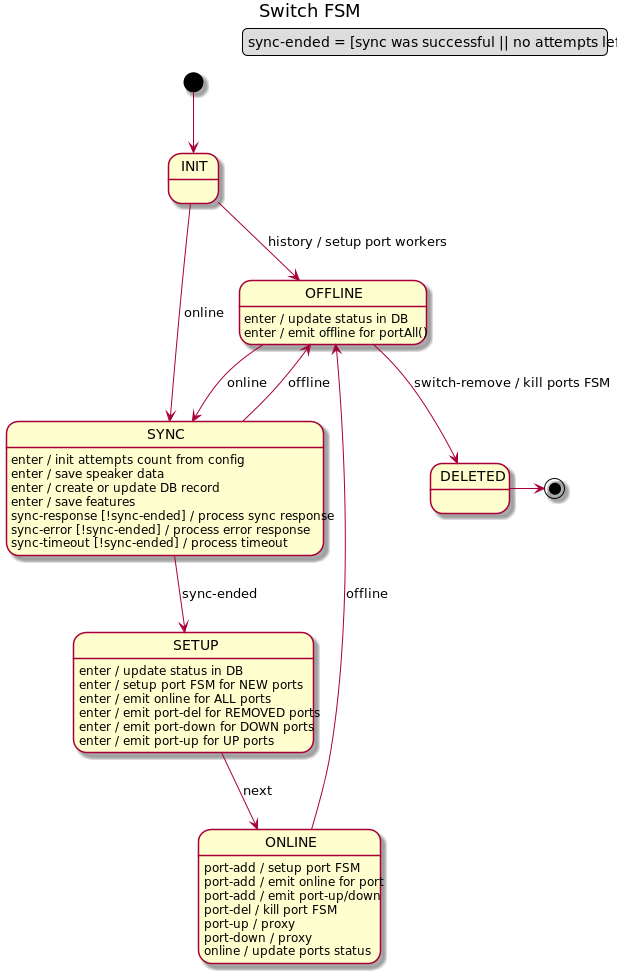
Earlier version of the PlantUML export docs/design/network-discovery/switch-FSM.png (telstra/open-kilda).
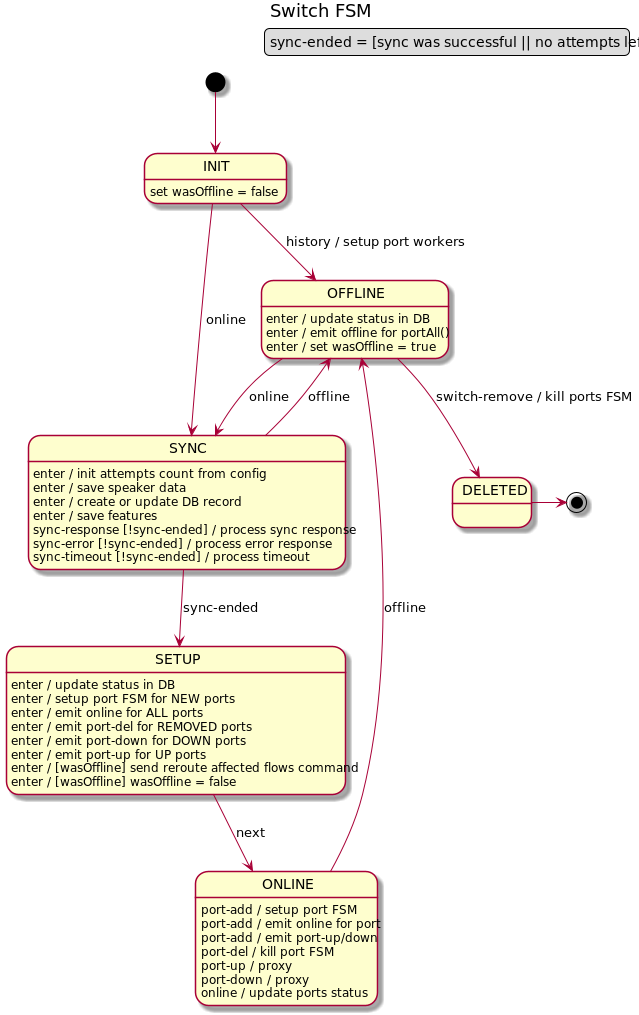
The same diagram one commit later.

Change to the diagram source:
```diff
@@ -6,6 +6,8 @@
 endlegend
 
 [*] --> INIT
+
+INIT : set wasOffline = false
 
 INIT --> OFFLINE : history / setup port workers
 INIT --> SYNC : online
@@ -26,6 +28,8 @@
 SETUP : enter / emit port-del for REMOVED ports
 SETUP : enter / emit port-down for DOWN ports
 SETUP : enter / emit port-up for UP ports
+SETUP : enter / [wasOffline] send reroute affected flows command
+SETUP : enter / [wasOffline] wasOffline = false
 SETUP --> ONLINE : next
 
 ONLINE : port-add / setup port FSM
@@ -39,6 +43,7 @@
 
 OFFLINE : enter / update status in DB
 OFFLINE : enter / emit offline for portAll()
+OFFLINE : enter / set wasOffline = true
 OFFLINE --> SYNC : online
 OFFLINE --> DELETED: switch-remove / kill ports FSM
 DELETED -> [*]
```
